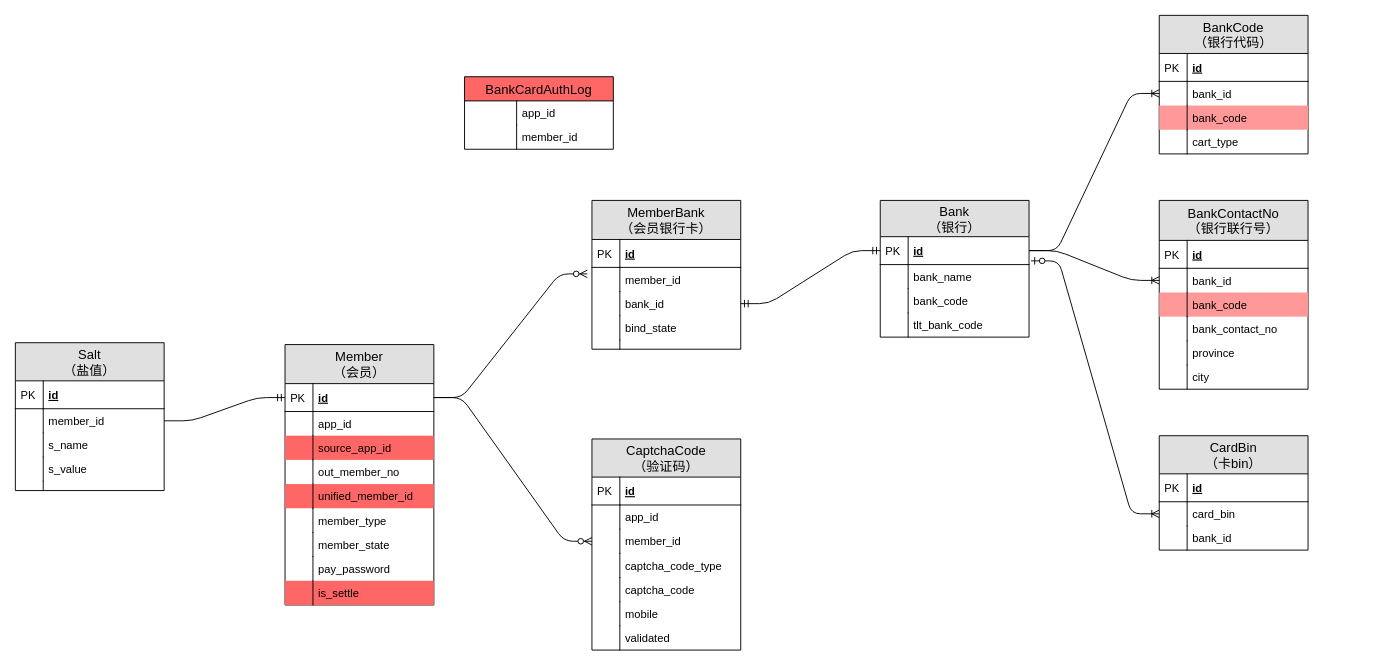
The draw.io diagram page "member" (2 of 6) of xc-account/design/account/xc-account-db-ER.drawio in waterStone528/job, before the edit. Source tidied: cells renumbered, new cells numbered last; positions are measured from the earlier drawing's top-left corner, leaving out a move shared by most shapes. Both pictures are drawn from the tidied source at 93%, with x=0, y=0 at pixel (15, 15).
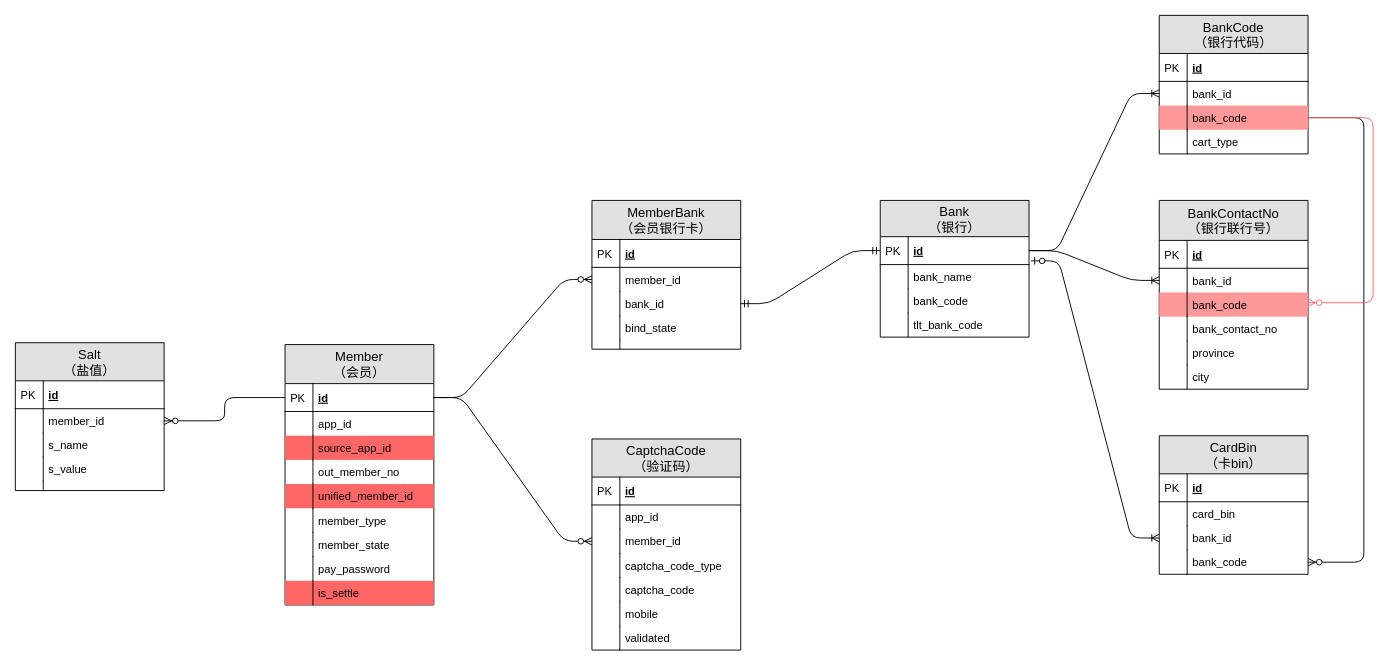
The same diagram, later.

The change refers to these unchanged cells:
```xml
<mxCell id="8" value="id" style="shape=partialRectangle;top=0;left=0;right=0;bottom=1;align=left;verticalAlign=middle;fillColor=none;spacingLeft=34;spacingRight=4;overflow=hidden;points=[[0,0.5],[1,0.5]];portConstraint=eastwest;fontStyle=5;fontSize=12;" parent="7" vertex="1">
  <mxGeometry y="42" width="160" height="30" as="geometry" />
</mxCell>
<mxCell id="29" value="member_id" style="shape=partialRectangle;top=0;left=0;right=0;bottom=0;align=left;verticalAlign=top;fillColor=none;spacingLeft=34;spacingRight=4;overflow=hidden;points=[[0,0.5],[1,0.5]];portConstraint=eastwest;fontSize=12;" parent="26" vertex="1">
  <mxGeometry y="72" width="160" height="26" as="geometry" />
</mxCell>
<mxCell id="40" value="member_id" style="shape=partialRectangle;top=0;left=0;right=0;bottom=0;align=left;verticalAlign=top;fillColor=none;spacingLeft=34;spacingRight=4;overflow=hidden;points=[[0,0.5],[1,0.5]];portConstraint=eastwest;fontSize=12;" parent="37" vertex="1">
  <mxGeometry y="71" width="160" height="26" as="geometry" />
</mxCell>
<mxCell id="64" value="id" style="shape=partialRectangle;top=0;left=0;right=0;bottom=1;align=left;verticalAlign=middle;fillColor=none;spacingLeft=34;spacingRight=4;overflow=hidden;points=[[0,0.5],[1,0.5]];portConstraint=eastwest;fontStyle=5;fontSize=12;" parent="63" vertex="1">
  <mxGeometry y="39" width="160" height="30" as="geometry" />
</mxCell>
<mxCell id="81" value="bank_code" style="shape=partialRectangle;top=0;left=0;right=0;bottom=0;align=left;verticalAlign=top;fillColor=#FF9999;spacingLeft=34;spacingRight=4;overflow=hidden;points=[[0,0.5],[1,0.5]];portConstraint=eastwest;fontSize=12;" parent="76" vertex="1">
  <mxGeometry y="97" width="160" height="26" as="geometry" />
</mxCell>
<mxCell id="90" value="bank_code" style="shape=partialRectangle;top=0;left=0;right=0;bottom=0;align=left;verticalAlign=top;fillColor=#FF9999;spacingLeft=34;spacingRight=4;overflow=hidden;points=[[0,0.5],[1,0.5]];portConstraint=eastwest;fontSize=12;" parent="85" vertex="1">
  <mxGeometry y="99" width="160" height="26" as="geometry" />
</mxCell>
<mxCell id="101" value="card_bin" style="shape=partialRectangle;top=0;left=0;right=0;bottom=0;align=left;verticalAlign=top;fillColor=none;spacingLeft=34;spacingRight=4;overflow=hidden;points=[[0,0.5],[1,0.5]];portConstraint=eastwest;fontSize=12;" parent="98" vertex="1">
  <mxGeometry y="71" width="160" height="26" as="geometry" />
</mxCell>
<mxCell id="103" value="bank_id" style="shape=partialRectangle;top=0;left=0;right=0;bottom=0;align=left;verticalAlign=top;fillColor=none;spacingLeft=34;spacingRight=4;overflow=hidden;points=[[0,0.5],[1,0.5]];portConstraint=eastwest;fontSize=12;" parent="98" vertex="1">
  <mxGeometry y="97" width="160" height="26" as="geometry" />
</mxCell>
```

The edit, as a diff of the source:
```diff
@@
-    <mxCell id="2" value="BankCardAuthLog" style="swimlane;fontStyle=0;horizontal=1;startSize=26;fillColor=#FF6666;swimlaneFillColor=#ffffff;align=center;fontSize=14;" parent="1" vertex="1">
-      <mxGeometry x="483" y="66" width="160" height="78" as="geometry" />
-    </mxCell>
-    <mxCell id="3" value="app_id" style="shape=partialRectangle;top=0;left=0;right=0;bottom=0;align=left;verticalAlign=top;fillColor=none;spacingLeft=60;spacingRight=4;overflow=hidden;fontSize=12;" parent="2" vertex="1">
-      <mxGeometry y="26" width="160" height="26" as="geometry" />
-    </mxCell>
-    <mxCell id="4" style="shape=partialRectangle;fontStyle=1;top=0;left=0;bottom=0;fillColor=none;align=left;verticalAlign=top;spacingLeft=4;spacingRight=4;overflow=hidden;fontSize=12;" parent="3" vertex="1">
-      <mxGeometry width="56" height="26" as="geometry" />
-    </mxCell>
-    <mxCell id="5" value="member_id" style="shape=partialRectangle;top=0;left=0;right=0;bottom=0;align=left;verticalAlign=top;fillColor=none;spacingLeft=60;spacingRight=4;overflow=hidden;fontSize=12;" parent="2" vertex="1">
-      <mxGeometry y="52" width="160" height="26" as="geometry" />
-    </mxCell>
-    <mxCell id="6" style="shape=partialRectangle;fontStyle=1;top=0;left=0;bottom=0;fillColor=none;align=left;verticalAlign=top;spacingLeft=4;spacingRight=4;overflow=hidden;fontSize=12;" parent="5" vertex="1">
-      <mxGeometry width="56" height="26" as="geometry" />
-    </mxCell>
@@
-    <mxCell id="72" style="edgeStyle=entityRelationEdgeStyle;fontSize=12;html=1;endArrow=ERzeroToMany;endFill=1;exitX=1;exitY=0.5;exitDx=0;exitDy=0;entryX=-0.031;entryY=0.269;entryDx=0;entryDy=0;entryPerimeter=0;" parent="1" edge="1" source="8" target="29">
+    <mxCell id="72" style="edgeStyle=entityRelationEdgeStyle;fontSize=12;html=1;endArrow=ERzeroToMany;endFill=1;exitX=1;exitY=0.5;exitDx=0;exitDy=0;entryX=0;entryY=0.5;entryDx=0;entryDy=0;" parent="1" edge="1" source="8" target="29">
       <mxGeometry relative="1" as="geometry" />
     </mxCell>
@@
-    <mxCell id="74" style="edgeStyle=entityRelationEdgeStyle;fontSize=12;html=1;endArrow=ERmandOne;entryX=0;entryY=0.5;entryDx=0;entryDy=0;exitX=1;exitY=0.5;exitDx=0;exitDy=0;" parent="1" edge="1" source="40" target="8">
-      <mxGeometry relative="1" as="geometry" />
-    </mxCell>
@@
     <mxCell id="98" value="CardBin&#10;（卡bin）" style="swimlane;fontStyle=0;horizontal=1;startSize=41;fillColor=#e0e0e0;swimlaneFillColor=#ffffff;align=center;fontSize=14;" parent="1" vertex="1">
-      <mxGeometry x="1230" y="452" width="160" height="123" as="geometry" />
+      <mxGeometry x="1230" y="452" width="160" height="149" as="geometry" />
     </mxCell>
@@
+    <mxCell id="108" value="bank_code" style="shape=partialRectangle;top=0;left=0;right=0;bottom=0;align=left;verticalAlign=top;fillColor=none;spacingLeft=34;spacingRight=4;overflow=hidden;points=[[0,0.5],[1,0.5]];portConstraint=eastwest;fontSize=12;" parent="98" vertex="1">
+      <mxGeometry y="123" width="160" height="26" as="geometry" />
+    </mxCell>
+    <mxCell id="109" style="shape=partialRectangle;top=0;left=0;bottom=0;fillColor=none;align=left;verticalAlign=top;spacingLeft=4;spacingRight=4;overflow=hidden;fontSize=12;" parent="108" vertex="1">
+      <mxGeometry width="30" height="26" as="geometry" />
+    </mxCell>
@@
-    <mxCell id="107" style="edgeStyle=entityRelationEdgeStyle;fontSize=12;html=1;endArrow=ERoneToMany;startArrow=ERzeroToOne;exitX=1.013;exitY=0.867;exitDx=0;exitDy=0;exitPerimeter=0;entryX=0;entryY=0.5;entryDx=0;entryDy=0;" parent="1" edge="1" source="64" target="101">
+    <mxCell id="107" style="edgeStyle=entityRelationEdgeStyle;fontSize=12;html=1;endArrow=ERoneToMany;startArrow=ERzeroToOne;exitX=1.013;exitY=0.867;exitDx=0;exitDy=0;exitPerimeter=0;entryX=0;entryY=0.5;entryDx=0;entryDy=0;" parent="1" edge="1" source="64" target="103">
       <mxGeometry relative="1" as="geometry" />
     </mxCell>
+    <mxCell id="110" style="edgeStyle=orthogonalEdgeStyle;fontSize=12;html=1;endArrow=ERzeroToMany;endFill=1;strokeColor=#000000;entryX=1;entryY=0.5;entryDx=0;entryDy=0;exitX=0;exitY=0.5;exitDx=0;exitDy=0;" parent="1" edge="1" source="8" target="40">
+      <mxGeometry relative="1" as="geometry" />
+    </mxCell>
+    <mxCell id="111" style="edgeStyle=orthogonalEdgeStyle;fontSize=12;html=1;endArrow=ERzeroToMany;endFill=1;strokeColor=#000000;exitX=1;exitY=0.5;exitDx=0;exitDy=0;entryX=1;entryY=0.5;entryDx=0;entryDy=0;" parent="1" edge="1" source="81" target="108">
+      <mxGeometry relative="1" as="geometry">
+        <Array as="points">
+          <mxPoint x="1450" y="110" />
+          <mxPoint x="1450" y="588" />
+        </Array>
+      </mxGeometry>
+    </mxCell>
+    <mxCell id="112" style="edgeStyle=orthogonalEdgeStyle;fontSize=12;html=1;endArrow=ERzeroToMany;endFill=1;strokeColor=#FF6666;" parent="1" edge="1" target="90">
+      <mxGeometry relative="1" as="geometry">
+        <mxPoint x="1390" y="110" as="sourcePoint" />
+        <Array as="points">
+          <mxPoint x="1460" y="110" />
+          <mxPoint x="1460" y="309" />
+        </Array>
+      </mxGeometry>
+    </mxCell>
```
